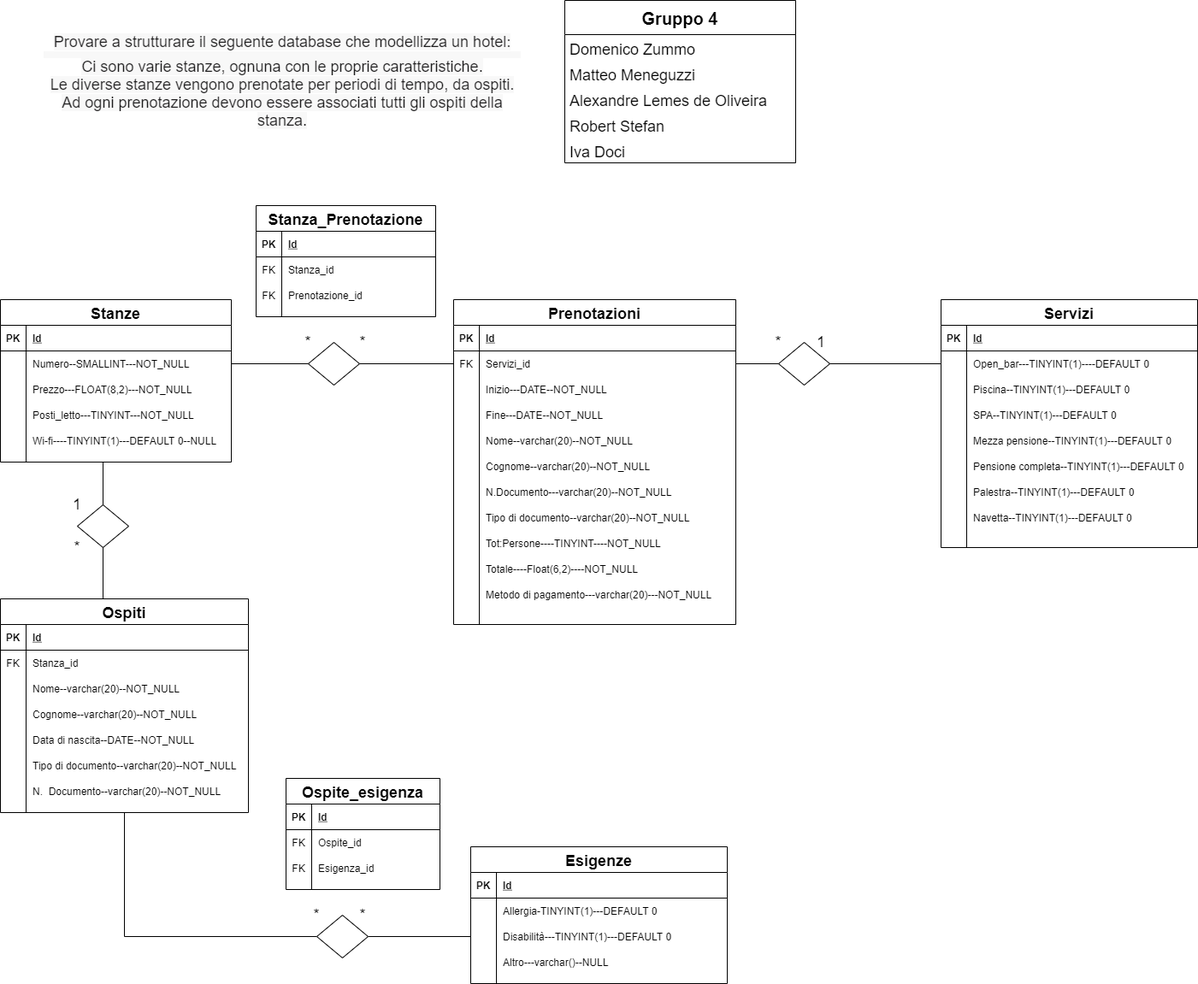
This is Gruppo 4---Progetto Database Hotel.png from Domenico159/DB-hotel, a draw.io export, as it was before one commit. Source tidied: cells renumbered, new cells last; positions are measured from the earlier drawing's top-left corner, leaving out a move shared by most shapes.
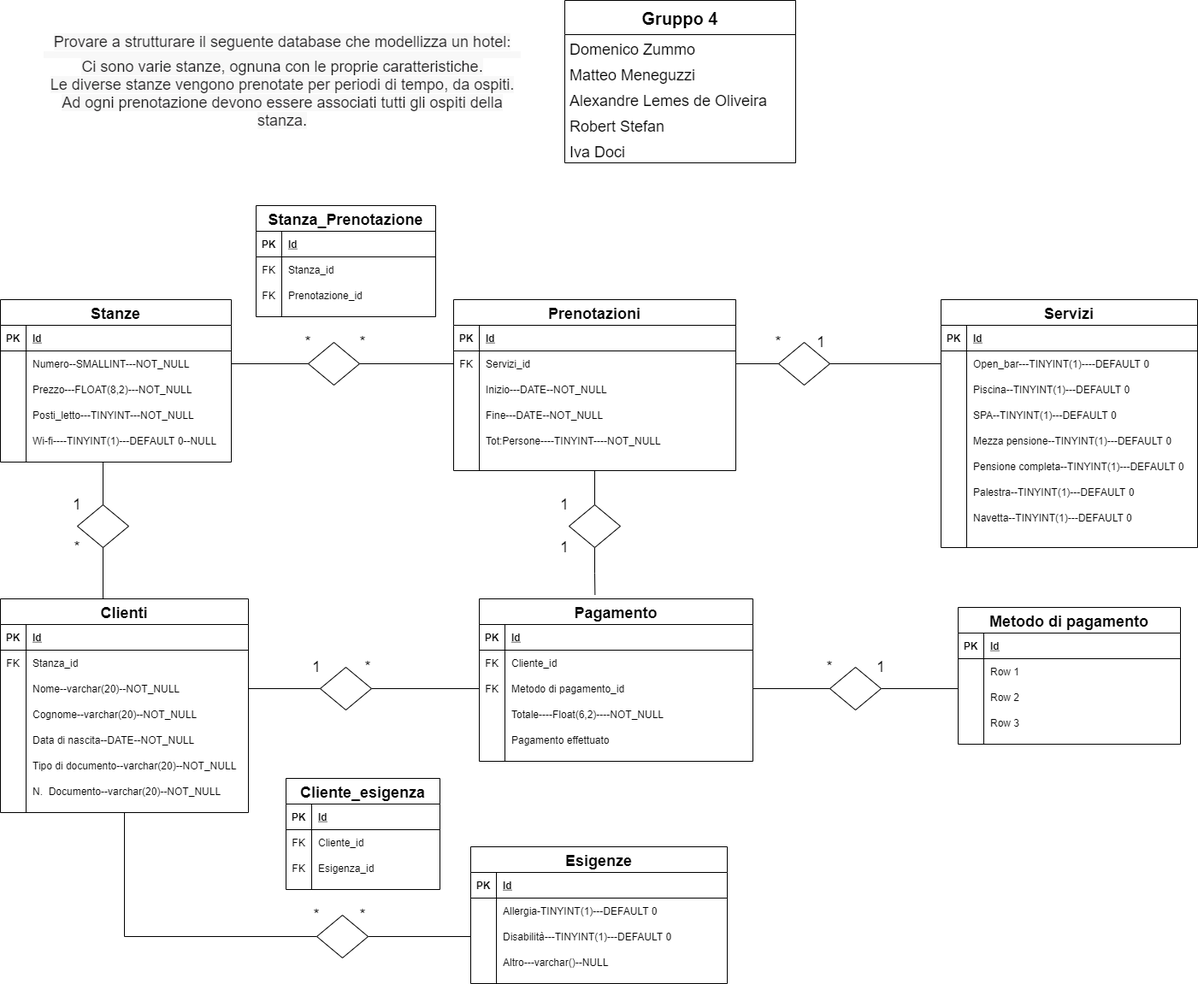
After the change.

Commit message:
Hotel Gruppo 4

Diff of the diagram source:
```diff
@@ -71,8 +71,11 @@
     <mxCell id="24" value="Wi-fi----TINYINT(1)---DEFAULT 0--NULL" style="shape=partialRectangle;fillColor=none;top=0;left=0;bottom=0;right=0;align=left;spacingLeft=6;overflow=hidden;" parent="22" vertex="1">
       <mxGeometry x="30" width="240" height="30" as="geometry" />
     </mxCell>
+    <mxCell id="157" style="edgeStyle=orthogonalEdgeStyle;rounded=0;jettySize=auto;html=1;exitX=0.5;exitY=1;exitDx=0;exitDy=0;entryX=0.5;entryY=0;entryDx=0;entryDy=0;fontSize=18;endArrow=none;endFill=0;" parent="1" edge="1" source="25" target="174">
+      <mxGeometry relative="1" as="geometry" />
+    </mxCell>
     <mxCell id="25" value="Prenotazioni" style="shape=table;startSize=30;rowLines=0;fontStyle=1;align=center;fontSize=18;" parent="1" vertex="1">
-      <mxGeometry x="530" y="350" width="330" height="380" as="geometry" />
+      <mxGeometry x="530" y="350" width="330" height="200" as="geometry" />
     </mxCell>
     <mxCell id="26" style="shape=partialRectangle;fillColor=none;top=0;left=0;bottom=1;right=0;" parent="25" vertex="1">
       <mxGeometry y="30" width="330" height="30" as="geometry" />
@@ -110,44 +113,8 @@
     <mxCell id="37" value="Fine---DATE--NOT_NULL" style="shape=partialRectangle;fillColor=none;top=0;left=0;bottom=0;right=0;align=left;spacingLeft=6;overflow=hidden;" parent="35" vertex="1">
       <mxGeometry x="30" width="300" height="30" as="geometry" />
     </mxCell>
-    <mxCell id="38" style="shape=partialRectangle;fillColor=none;top=0;left=0;bottom=0;right=0;" parent="25" vertex="1">
-      <mxGeometry y="150" width="330" height="30" as="geometry" />
-    </mxCell>
-    <mxCell id="39" style="shape=partialRectangle;fillColor=none;top=0;left=0;bottom=0;right=0;overflow=hidden;" parent="38" vertex="1">
-      <mxGeometry width="30" height="30" as="geometry" />
-    </mxCell>
-    <mxCell id="40" value="Nome--varchar(20)--NOT_NULL" style="shape=partialRectangle;fillColor=none;top=0;left=0;bottom=0;right=0;align=left;spacingLeft=6;overflow=hidden;" parent="38" vertex="1">
-      <mxGeometry x="30" width="300" height="30" as="geometry" />
-    </mxCell>
-    <mxCell id="41" style="shape=partialRectangle;fillColor=none;top=0;left=0;bottom=0;right=0;" parent="25" vertex="1">
-      <mxGeometry y="180" width="330" height="30" as="geometry" />
-    </mxCell>
-    <mxCell id="42" style="shape=partialRectangle;fillColor=none;top=0;left=0;bottom=0;right=0;overflow=hidden;" parent="41" vertex="1">
-      <mxGeometry width="30" height="30" as="geometry" />
-    </mxCell>
-    <mxCell id="43" value="Cognome--varchar(20)--NOT_NULL" style="shape=partialRectangle;fillColor=none;top=0;left=0;bottom=0;right=0;align=left;spacingLeft=6;overflow=hidden;" parent="41" vertex="1">
-      <mxGeometry x="30" width="300" height="30" as="geometry" />
-    </mxCell>
-    <mxCell id="44" style="shape=partialRectangle;fillColor=none;top=0;left=0;bottom=0;right=0;" parent="25" vertex="1">
-      <mxGeometry y="210" width="330" height="30" as="geometry" />
-    </mxCell>
-    <mxCell id="45" style="shape=partialRectangle;fillColor=none;top=0;left=0;bottom=0;right=0;overflow=hidden;" parent="44" vertex="1">
-      <mxGeometry width="30" height="30" as="geometry" />
-    </mxCell>
-    <mxCell id="46" value="N.Documento---varchar(20)--NOT_NULL" style="shape=partialRectangle;fillColor=none;top=0;left=0;bottom=0;right=0;align=left;spacingLeft=6;overflow=hidden;" parent="44" vertex="1">
-      <mxGeometry x="30" width="300" height="30" as="geometry" />
-    </mxCell>
-    <mxCell id="47" style="shape=partialRectangle;fillColor=none;top=0;left=0;bottom=0;right=0;" parent="25" vertex="1">
-      <mxGeometry y="240" width="330" height="30" as="geometry" />
-    </mxCell>
-    <mxCell id="48" style="shape=partialRectangle;fillColor=none;top=0;left=0;bottom=0;right=0;overflow=hidden;" parent="47" vertex="1">
-      <mxGeometry width="30" height="30" as="geometry" />
-    </mxCell>
-    <mxCell id="49" value="Tipo di documento--varchar(20)--NOT_NULL" style="shape=partialRectangle;fillColor=none;top=0;left=0;bottom=0;right=0;align=left;spacingLeft=6;overflow=hidden;" parent="47" vertex="1">
-      <mxGeometry x="30" width="300" height="30" as="geometry" />
-    </mxCell>
     <mxCell id="50" style="shape=partialRectangle;fillColor=none;top=0;left=0;bottom=0;right=0;" parent="25" vertex="1">
-      <mxGeometry y="270" width="330" height="30" as="geometry" />
+      <mxGeometry y="150" width="330" height="30" as="geometry" />
     </mxCell>
     <mxCell id="51" style="shape=partialRectangle;fillColor=none;top=0;left=0;bottom=0;right=0;overflow=hidden;" parent="50" vertex="1">
       <mxGeometry width="30" height="30" as="geometry" />
@@ -155,24 +122,6 @@
     <mxCell id="52" value="Tot:Persone----TINYINT----NOT_NULL" style="shape=partialRectangle;fillColor=none;top=0;left=0;bottom=0;right=0;align=left;spacingLeft=6;overflow=hidden;" parent="50" vertex="1">
       <mxGeometry x="30" width="300" height="30" as="geometry" />
     </mxCell>
-    <mxCell id="53" style="shape=partialRectangle;fillColor=none;top=0;left=0;bottom=0;right=0;" parent="25" vertex="1">
-      <mxGeometry y="300" width="330" height="30" as="geometry" />
-    </mxCell>
-    <mxCell id="54" style="shape=partialRectangle;fillColor=none;top=0;left=0;bottom=0;right=0;overflow=hidden;" parent="53" vertex="1">
-      <mxGeometry width="30" height="30" as="geometry" />
-    </mxCell>
-    <mxCell id="55" value="Totale----Float(6,2)----NOT_NULL" style="shape=partialRectangle;fillColor=none;top=0;left=0;bottom=0;right=0;align=left;spacingLeft=6;overflow=hidden;" parent="53" vertex="1">
-      <mxGeometry x="30" width="300" height="30" as="geometry" />
-    </mxCell>
-    <mxCell id="56" style="shape=partialRectangle;fillColor=none;top=0;left=0;bottom=0;right=0;" parent="25" vertex="1">
-      <mxGeometry y="330" width="330" height="30" as="geometry" />
-    </mxCell>
-    <mxCell id="57" style="shape=partialRectangle;fillColor=none;top=0;left=0;bottom=0;right=0;overflow=hidden;" parent="56" vertex="1">
-      <mxGeometry width="30" height="30" as="geometry" />
-    </mxCell>
-    <mxCell id="58" value="Metodo di pagamento---varchar(20)---NOT_NULL" style="shape=partialRectangle;fillColor=none;top=0;left=0;bottom=0;right=0;align=left;spacingLeft=6;overflow=hidden;" parent="56" vertex="1">
-      <mxGeometry x="30" width="300" height="30" as="geometry" />
-    </mxCell>
     <mxCell id="59" style="edgeStyle=orthogonalEdgeStyle;rounded=0;jettySize=auto;html=1;exitX=1;exitY=0.5;exitDx=0;exitDy=0;entryX=0;entryY=0.5;entryDx=0;entryDy=0;fontSize=18;endArrow=none;endFill=0;startArrow=none;" parent="1" edge="1" source="155" target="32">
       <mxGeometry relative="1" as="geometry">
         <Array as="points">
@@ -227,7 +176,7 @@
     <mxCell id="73" style="edgeStyle=orthogonalEdgeStyle;rounded=0;jettySize=auto;html=1;exitX=0.5;exitY=1;exitDx=0;exitDy=0;entryX=0;entryY=0.5;entryDx=0;entryDy=0;fontSize=18;endArrow=none;endFill=0;" parent="1" edge="1" source="74" target="113">
       <mxGeometry relative="1" as="geometry" />
     </mxCell>
-    <mxCell id="74" value="Ospiti" style="shape=table;startSize=30;rowLines=0;fontStyle=1;align=center;fontSize=18;" parent="1" vertex="1">
+    <mxCell id="74" value="Clienti" style="shape=table;startSize=30;rowLines=0;fontStyle=1;align=center;fontSize=18;" parent="1" vertex="1">
       <mxGeometry y="700" width="290" height="250" as="geometry" />
     </mxCell>
     <mxCell id="75" style="shape=partialRectangle;fillColor=none;top=0;left=0;bottom=1;right=0;" parent="74" vertex="1">
@@ -353,7 +302,7 @@
     <mxCell id="115" value="*" style="text;html=1;strokeColor=none;fillColor=none;align=center;verticalAlign=middle;whiteSpace=wrap;rounded=0;fontSize=18;" parent="1" vertex="1">
       <mxGeometry x="404" y="1060" width="40" height="20" as="geometry" />
     </mxCell>
-    <mxCell id="116" value="Ospite_esigenza" style="shape=table;startSize=30;rowLines=0;fontStyle=1;align=center;fontSize=18;" parent="1" vertex="1">
+    <mxCell id="116" value="Cliente_esigenza" style="shape=table;startSize=30;rowLines=0;fontStyle=1;align=center;fontSize=18;" parent="1" vertex="1">
       <mxGeometry x="334" y="910" width="180" height="130" as="geometry" />
     </mxCell>
     <mxCell id="117" style="shape=partialRectangle;fillColor=none;top=0;left=0;bottom=1;right=0;" parent="116" vertex="1">
@@ -371,7 +320,7 @@
     <mxCell id="121" value="FK" style="shape=partialRectangle;fillColor=none;top=0;left=0;bottom=0;right=0;overflow=hidden;" parent="120" vertex="1">
       <mxGeometry width="30" height="30" as="geometry" />
     </mxCell>
-    <mxCell id="122" value="Ospite_id" style="shape=partialRectangle;fillColor=none;top=0;left=0;bottom=0;right=0;align=left;spacingLeft=6;overflow=hidden;" parent="120" vertex="1">
+    <mxCell id="122" value="Cliente_id" style="shape=partialRectangle;fillColor=none;top=0;left=0;bottom=0;right=0;align=left;spacingLeft=6;overflow=hidden;" parent="120" vertex="1">
       <mxGeometry x="30" width="150" height="30" as="geometry" />
     </mxCell>
     <mxCell id="123" style="shape=partialRectangle;fillColor=none;top=0;left=0;bottom=0;right=0;" parent="116" vertex="1">
@@ -480,5 +429,134 @@
     <mxCell id="156" style="edgeStyle=orthogonalEdgeStyle;rounded=0;jettySize=auto;html=1;exitX=1;exitY=0.5;exitDx=0;exitDy=0;entryX=0;entryY=0.5;entryDx=0;entryDy=0;fontSize=18;endArrow=none;endFill=0;" parent="1" edge="1" source="13" target="155">
       <mxGeometry relative="1" as="geometry" />
     </mxCell>
+    <mxCell id="158" value="Pagamento" style="shape=table;startSize=30;rowLines=0;fontStyle=1;align=center;fontSize=18;" parent="1" vertex="1">
+      <mxGeometry x="560" y="700" width="320" height="190" as="geometry" />
+    </mxCell>
+    <mxCell id="159" style="shape=partialRectangle;fillColor=none;top=0;left=0;bottom=1;right=0;" parent="158" vertex="1">
+      <mxGeometry y="30" width="320" height="30" as="geometry" />
+    </mxCell>
+    <mxCell id="160" value="PK" style="shape=partialRectangle;fillColor=none;top=0;left=0;bottom=0;right=0;fontStyle=1;overflow=hidden;" parent="159" vertex="1">
+      <mxGeometry width="30" height="30" as="geometry" />
+    </mxCell>
+    <mxCell id="161" value="Id" style="shape=partialRectangle;fillColor=none;top=0;left=0;bottom=0;right=0;align=left;spacingLeft=6;fontStyle=5;overflow=hidden;" parent="159" vertex="1">
+      <mxGeometry x="30" width="290" height="30" as="geometry" />
+    </mxCell>
+    <mxCell id="162" style="shape=partialRectangle;fillColor=none;top=0;left=0;bottom=0;right=0;" parent="158" vertex="1">
+      <mxGeometry y="60" width="320" height="30" as="geometry" />
+    </mxCell>
+    <mxCell id="163" value="FK" style="shape=partialRectangle;fillColor=none;top=0;left=0;bottom=0;right=0;overflow=hidden;" parent="162" vertex="1">
+      <mxGeometry width="30" height="30" as="geometry" />
+    </mxCell>
+    <mxCell id="164" value="Cliente_id" style="shape=partialRectangle;fillColor=none;top=0;left=0;bottom=0;right=0;align=left;spacingLeft=6;overflow=hidden;" parent="162" vertex="1">
+      <mxGeometry x="30" width="290" height="30" as="geometry" />
+    </mxCell>
+    <mxCell id="165" style="shape=partialRectangle;fillColor=none;top=0;left=0;bottom=0;right=0;points=[[0,0.5],[1,0.5]];portConstraint=eastwest;" parent="158" vertex="1">
+      <mxGeometry y="90" width="320" height="30" as="geometry" />
+    </mxCell>
+    <mxCell id="166" value="FK" style="shape=partialRectangle;fillColor=none;top=0;left=0;bottom=0;right=0;overflow=hidden;" parent="165" vertex="1">
+      <mxGeometry width="30" height="30" as="geometry" />
+    </mxCell>
+    <mxCell id="167" value="Metodo di pagamento_id" style="shape=partialRectangle;fillColor=none;top=0;left=0;bottom=0;right=0;align=left;spacingLeft=6;overflow=hidden;" parent="165" vertex="1">
+      <mxGeometry x="30" width="290" height="30" as="geometry" />
+    </mxCell>
+    <mxCell id="168" style="shape=partialRectangle;fillColor=none;top=0;left=0;bottom=0;right=0;" parent="158" vertex="1">
+      <mxGeometry y="120" width="320" height="30" as="geometry" />
+    </mxCell>
+    <mxCell id="169" style="shape=partialRectangle;fillColor=none;top=0;left=0;bottom=0;right=0;overflow=hidden;" parent="168" vertex="1">
+      <mxGeometry width="30" height="30" as="geometry" />
+    </mxCell>
+    <mxCell id="55" value="Totale----Float(6,2)----NOT_NULL" style="shape=partialRectangle;fillColor=none;top=0;left=0;bottom=0;right=0;align=left;spacingLeft=6;overflow=hidden;" parent="168" vertex="1">
+      <mxGeometry x="30" width="290" height="30" as="geometry" />
+    </mxCell>
+    <mxCell id="170" style="shape=partialRectangle;fillColor=none;top=0;left=0;bottom=0;right=0;" parent="158" vertex="1">
+      <mxGeometry y="150" width="320" height="30" as="geometry" />
+    </mxCell>
+    <mxCell id="171" style="shape=partialRectangle;fillColor=none;top=0;left=0;bottom=0;right=0;overflow=hidden;" parent="170" vertex="1">
+      <mxGeometry width="30" height="30" as="geometry" />
+    </mxCell>
+    <mxCell id="172" value="Pagamento effettuato" style="shape=partialRectangle;fillColor=none;top=0;left=0;bottom=0;right=0;align=left;spacingLeft=6;overflow=hidden;" parent="170" vertex="1">
+      <mxGeometry x="30" width="290" height="30" as="geometry" />
+    </mxCell>
+    <mxCell id="173" style="edgeStyle=orthogonalEdgeStyle;rounded=0;jettySize=auto;html=1;exitX=0.5;exitY=1;exitDx=0;exitDy=0;entryX=0.423;entryY=-0.024;entryDx=0;entryDy=0;entryPerimeter=0;fontSize=18;endArrow=none;endFill=0;" parent="1" edge="1" source="174" target="158">
+      <mxGeometry relative="1" as="geometry" />
+    </mxCell>
+    <mxCell id="174" style="rhombus;whiteSpace=wrap;html=1;fontSize=18;" parent="1" vertex="1">
+      <mxGeometry x="665" y="590" width="60" height="50" as="geometry" />
+    </mxCell>
+    <mxCell id="175" style="edgeStyle=orthogonalEdgeStyle;rounded=0;jettySize=auto;html=1;exitX=1;exitY=0.5;exitDx=0;exitDy=0;entryX=0;entryY=0.5;entryDx=0;entryDy=0;fontSize=18;endArrow=none;endFill=0;" parent="1" edge="1" source="81" target="177">
+      <mxGeometry relative="1" as="geometry" />
+    </mxCell>
+    <mxCell id="176" style="edgeStyle=orthogonalEdgeStyle;rounded=0;jettySize=auto;html=1;exitX=1;exitY=0.5;exitDx=0;exitDy=0;entryX=0;entryY=0.5;entryDx=0;entryDy=0;fontSize=18;endArrow=none;endFill=0;" parent="1" edge="1" source="177" target="165">
+      <mxGeometry relative="1" as="geometry" />
+    </mxCell>
+    <mxCell id="177" style="rhombus;whiteSpace=wrap;html=1;fontSize=18;" parent="1" vertex="1">
+      <mxGeometry x="374" y="780" width="60" height="50" as="geometry" />
+    </mxCell>
+    <mxCell id="178" value="*" style="text;html=1;strokeColor=none;fillColor=none;align=center;verticalAlign=middle;whiteSpace=wrap;rounded=0;fontSize=18;" parent="1" vertex="1">
+      <mxGeometry x="410" y="770" width="40" height="20" as="geometry" />
+    </mxCell>
+    <mxCell id="179" value="1" style="text;html=1;strokeColor=none;fillColor=none;align=center;verticalAlign=middle;whiteSpace=wrap;rounded=0;fontSize=18;" parent="1" vertex="1">
+      <mxGeometry x="350" y="770" width="40" height="20" as="geometry" />
+    </mxCell>
+    <mxCell id="180" value="1" style="text;html=1;strokeColor=none;fillColor=none;align=center;verticalAlign=middle;whiteSpace=wrap;rounded=0;fontSize=18;" parent="1" vertex="1">
+      <mxGeometry x="640" y="580" width="40" height="20" as="geometry" />
+    </mxCell>
+    <mxCell id="181" value="1" style="text;html=1;strokeColor=none;fillColor=none;align=center;verticalAlign=middle;whiteSpace=wrap;rounded=0;fontSize=18;" parent="1" vertex="1">
+      <mxGeometry x="640" y="630" width="40" height="20" as="geometry" />
+    </mxCell>
+    <mxCell id="182" value="Metodo di pagamento" style="shape=table;startSize=30;rowLines=0;fontStyle=1;align=center;fontSize=18;" parent="1" vertex="1">
+      <mxGeometry x="1120" y="710" width="260" height="160" as="geometry" />
+    </mxCell>
+    <mxCell id="183" style="shape=partialRectangle;fillColor=none;top=0;left=0;bottom=1;right=0;" parent="182" vertex="1">
+      <mxGeometry y="30" width="260" height="30" as="geometry" />
+    </mxCell>
+    <mxCell id="184" value="PK" style="shape=partialRectangle;fillColor=none;top=0;left=0;bottom=0;right=0;fontStyle=1;overflow=hidden;" parent="183" vertex="1">
+      <mxGeometry width="30" height="30" as="geometry" />
+    </mxCell>
+    <mxCell id="185" value="Id" style="shape=partialRectangle;fillColor=none;top=0;left=0;bottom=0;right=0;align=left;spacingLeft=6;fontStyle=5;overflow=hidden;" parent="183" vertex="1">
+      <mxGeometry x="30" width="230" height="30" as="geometry" />
+    </mxCell>
+    <mxCell id="186" style="shape=partialRectangle;fillColor=none;top=0;left=0;bottom=0;right=0;" parent="182" vertex="1">
+      <mxGeometry y="60" width="260" height="30" as="geometry" />
+    </mxCell>
+    <mxCell id="187" style="shape=partialRectangle;fillColor=none;top=0;left=0;bottom=0;right=0;overflow=hidden;" parent="186" vertex="1">
+      <mxGeometry width="30" height="30" as="geometry" />
+    </mxCell>
+    <mxCell id="188" value="Row 1" style="shape=partialRectangle;fillColor=none;top=0;left=0;bottom=0;right=0;align=left;spacingLeft=6;overflow=hidden;" parent="186" vertex="1">
+      <mxGeometry x="30" width="230" height="30" as="geometry" />
+    </mxCell>
+    <mxCell id="189" style="shape=partialRectangle;fillColor=none;top=0;left=0;bottom=0;right=0;points=[[0,0.5],[1,0.5]];portConstraint=eastwest;" parent="182" vertex="1">
+      <mxGeometry y="90" width="260" height="30" as="geometry" />
+    </mxCell>
+    <mxCell id="190" style="shape=partialRectangle;fillColor=none;top=0;left=0;bottom=0;right=0;overflow=hidden;" parent="189" vertex="1">
+      <mxGeometry width="30" height="30" as="geometry" />
+    </mxCell>
+    <mxCell id="191" value="Row 2" style="shape=partialRectangle;fillColor=none;top=0;left=0;bottom=0;right=0;align=left;spacingLeft=6;overflow=hidden;" parent="189" vertex="1">
+      <mxGeometry x="30" width="230" height="30" as="geometry" />
+    </mxCell>
+    <mxCell id="192" style="shape=partialRectangle;fillColor=none;top=0;left=0;bottom=0;right=0;" parent="182" vertex="1">
+      <mxGeometry y="120" width="260" height="30" as="geometry" />
+    </mxCell>
+    <mxCell id="193" style="shape=partialRectangle;fillColor=none;top=0;left=0;bottom=0;right=0;overflow=hidden;" parent="192" vertex="1">
+      <mxGeometry width="30" height="30" as="geometry" />
+    </mxCell>
+    <mxCell id="194" value="Row 3" style="shape=partialRectangle;fillColor=none;top=0;left=0;bottom=0;right=0;align=left;spacingLeft=6;overflow=hidden;" parent="192" vertex="1">
+      <mxGeometry x="30" width="230" height="30" as="geometry" />
+    </mxCell>
+    <mxCell id="195" style="edgeStyle=orthogonalEdgeStyle;rounded=0;jettySize=auto;html=1;exitX=1;exitY=0.5;exitDx=0;exitDy=0;entryX=0;entryY=0.167;entryDx=0;entryDy=0;entryPerimeter=0;fontSize=18;endArrow=none;endFill=0;" parent="1" edge="1" source="196" target="189">
+      <mxGeometry relative="1" as="geometry" />
+    </mxCell>
+    <mxCell id="196" style="rhombus;whiteSpace=wrap;html=1;fontSize=18;" parent="1" vertex="1">
+      <mxGeometry x="970" y="780" width="60" height="50" as="geometry" />
+    </mxCell>
+    <mxCell id="197" style="edgeStyle=orthogonalEdgeStyle;rounded=0;jettySize=auto;html=1;exitX=1;exitY=0.5;exitDx=0;exitDy=0;entryX=0;entryY=0.5;entryDx=0;entryDy=0;fontSize=18;endArrow=none;endFill=0;" parent="1" edge="1" source="165" target="196">
+      <mxGeometry relative="1" as="geometry" />
+    </mxCell>
+    <mxCell id="198" value="*" style="text;html=1;strokeColor=none;fillColor=none;align=center;verticalAlign=middle;whiteSpace=wrap;rounded=0;fontSize=18;" parent="1" vertex="1">
+      <mxGeometry x="950" y="770" width="40" height="20" as="geometry" />
+    </mxCell>
+    <mxCell id="199" value="1" style="text;html=1;strokeColor=none;fillColor=none;align=center;verticalAlign=middle;whiteSpace=wrap;rounded=0;fontSize=18;" parent="1" vertex="1">
+      <mxGeometry x="1010" y="770" width="40" height="20" as="geometry" />
+    </mxCell>
   </root>
 </mxGraphModel>
```
